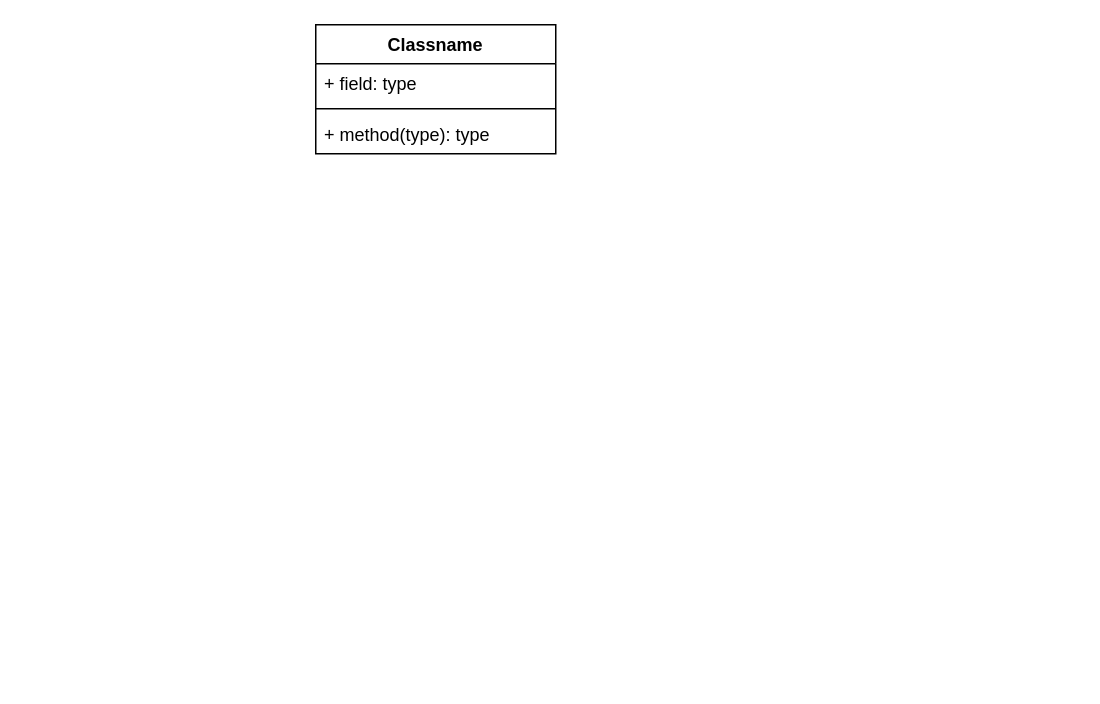
Above: page "OOP" (1 of 2) of Untitled Diagram.drawio in nujcharee/python (draw.io), before the change. Source tidied: cells renumbered, new cells numbered last; positions are measured from the earlier drawing's top-left corner, leaving out a move shared by most shapes. Both pictures are drawn from the tidied source at 150%, with x=0, y=0 at pixel (315, 24).
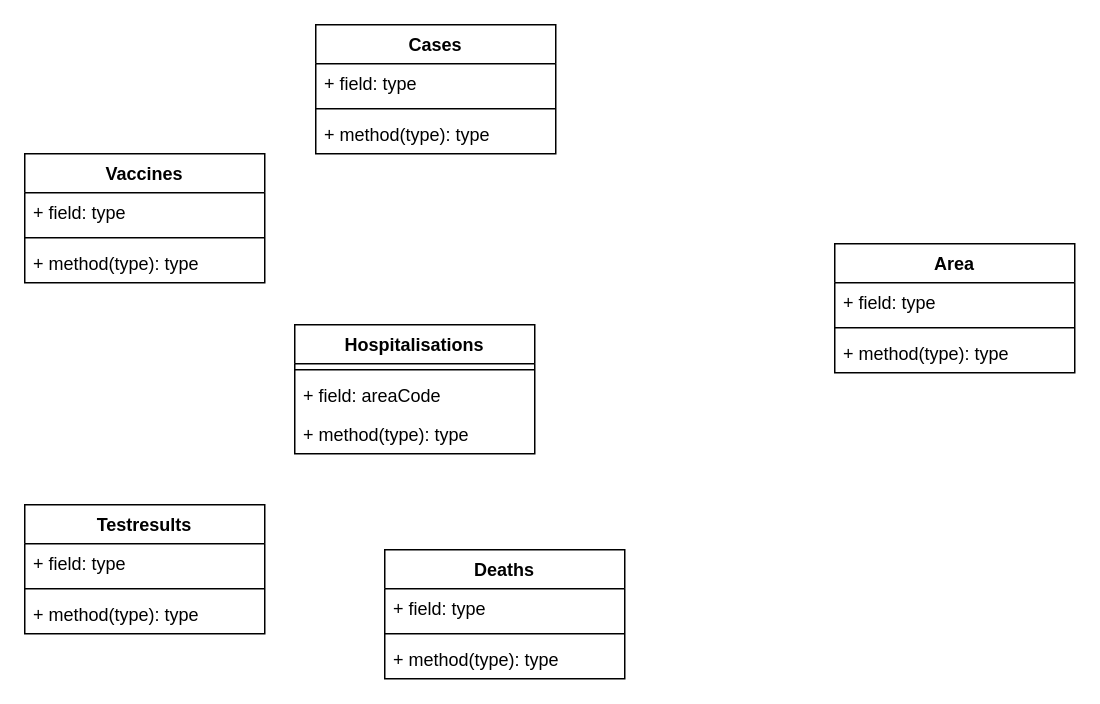
Above is the later version.

The edit, as a diff of the source:
```diff
@@
-    <mxCell id="2" value="Classname" style="swimlane;fontStyle=1;align=center;verticalAlign=top;horizontal=1;startSize=26;" parent="1" vertex="1">
+    <mxCell id="2" value="Cases" style="swimlane;fontStyle=1;align=center;verticalAlign=top;horizontal=1;startSize=26;" parent="1" vertex="1">
       <mxGeometry width="160" height="86" as="geometry" />
     </mxCell>
@@
+    <mxCell id="6" value="Deaths" style="swimlane;fontStyle=1;align=center;verticalAlign=top;horizontal=1;startSize=26;" parent="1" vertex="1">
+      <mxGeometry x="46" y="350" width="160" height="86" as="geometry" />
+    </mxCell>
+    <mxCell id="7" value="+ field: type" style="text;strokeColor=none;fillColor=none;align=left;verticalAlign=top;spacingLeft=4;spacingRight=4;overflow=hidden;" parent="6" vertex="1">
+      <mxGeometry y="26" width="160" height="26" as="geometry" />
+    </mxCell>
+    <mxCell id="8" style="line;strokeWidth=1;fillColor=none;align=left;verticalAlign=middle;spacingTop=-1;spacingLeft=3;spacingRight=3;labelPosition=right;" parent="6" vertex="1">
+      <mxGeometry y="52" width="160" height="8" as="geometry" />
+    </mxCell>
+    <mxCell id="9" value="+ method(type): type" style="text;strokeColor=none;fillColor=none;align=left;verticalAlign=top;spacingLeft=4;spacingRight=4;overflow=hidden;" parent="6" vertex="1">
+      <mxGeometry y="60" width="160" height="26" as="geometry" />
+    </mxCell>
+    <mxCell id="10" value="Hospitalisations" style="swimlane;fontStyle=1;align=center;verticalAlign=top;horizontal=1;startSize=26;" parent="1" vertex="1">
+      <mxGeometry x="-14" y="200" width="160" height="86" as="geometry" />
+    </mxCell>
+    <mxCell id="11" style="line;strokeWidth=1;fillColor=none;align=left;verticalAlign=middle;spacingTop=-1;spacingLeft=3;spacingRight=3;labelPosition=right;" parent="10" vertex="1">
+      <mxGeometry y="26" width="160" height="8" as="geometry" />
+    </mxCell>
+    <mxCell id="12" value="+ field: areaCode&#10;" style="text;strokeColor=none;fillColor=none;align=left;verticalAlign=top;spacingLeft=4;spacingRight=4;overflow=hidden;" parent="10" vertex="1">
+      <mxGeometry y="34" width="160" height="26" as="geometry" />
+    </mxCell>
+    <mxCell id="13" value="+ method(type): type" style="text;strokeColor=none;fillColor=none;align=left;verticalAlign=top;spacingLeft=4;spacingRight=4;overflow=hidden;" parent="10" vertex="1">
+      <mxGeometry y="60" width="160" height="26" as="geometry" />
+    </mxCell>
+    <mxCell id="14" value="Vaccines" style="swimlane;fontStyle=1;align=center;verticalAlign=top;horizontal=1;startSize=26;" parent="1" vertex="1">
+      <mxGeometry x="-194" y="86" width="160" height="86" as="geometry" />
+    </mxCell>
+    <mxCell id="15" value="+ field: type" style="text;strokeColor=none;fillColor=none;align=left;verticalAlign=top;spacingLeft=4;spacingRight=4;overflow=hidden;" parent="14" vertex="1">
+      <mxGeometry y="26" width="160" height="26" as="geometry" />
+    </mxCell>
+    <mxCell id="16" style="line;strokeWidth=1;fillColor=none;align=left;verticalAlign=middle;spacingTop=-1;spacingLeft=3;spacingRight=3;labelPosition=right;" parent="14" vertex="1">
+      <mxGeometry y="52" width="160" height="8" as="geometry" />
+    </mxCell>
+    <mxCell id="17" value="+ method(type): type" style="text;strokeColor=none;fillColor=none;align=left;verticalAlign=top;spacingLeft=4;spacingRight=4;overflow=hidden;" parent="14" vertex="1">
+      <mxGeometry y="60" width="160" height="26" as="geometry" />
+    </mxCell>
+    <mxCell id="18" value="Testresults" style="swimlane;fontStyle=1;align=center;verticalAlign=top;horizontal=1;startSize=26;" parent="1" vertex="1">
+      <mxGeometry x="-194" y="320" width="160" height="86" as="geometry" />
+    </mxCell>
+    <mxCell id="19" value="+ field: type" style="text;strokeColor=none;fillColor=none;align=left;verticalAlign=top;spacingLeft=4;spacingRight=4;overflow=hidden;" parent="18" vertex="1">
+      <mxGeometry y="26" width="160" height="26" as="geometry" />
+    </mxCell>
+    <mxCell id="20" style="line;strokeWidth=1;fillColor=none;align=left;verticalAlign=middle;spacingTop=-1;spacingLeft=3;spacingRight=3;labelPosition=right;" parent="18" vertex="1">
+      <mxGeometry y="52" width="160" height="8" as="geometry" />
+    </mxCell>
+    <mxCell id="21" value="+ method(type): type" style="text;strokeColor=none;fillColor=none;align=left;verticalAlign=top;spacingLeft=4;spacingRight=4;overflow=hidden;" parent="18" vertex="1">
+      <mxGeometry y="60" width="160" height="26" as="geometry" />
+    </mxCell>
+    <mxCell id="22" value="Area&#10;" style="swimlane;fontStyle=1;align=center;verticalAlign=top;horizontal=1;startSize=26;" parent="1" vertex="1">
+      <mxGeometry x="346" y="146" width="160" height="86" as="geometry" />
+    </mxCell>
+    <mxCell id="23" value="+ field: type" style="text;strokeColor=none;fillColor=none;align=left;verticalAlign=top;spacingLeft=4;spacingRight=4;overflow=hidden;" parent="22" vertex="1">
+      <mxGeometry y="26" width="160" height="26" as="geometry" />
+    </mxCell>
+    <mxCell id="24" style="line;strokeWidth=1;fillColor=none;align=left;verticalAlign=middle;spacingTop=-1;spacingLeft=3;spacingRight=3;labelPosition=right;" parent="22" vertex="1">
+      <mxGeometry y="52" width="160" height="8" as="geometry" />
+    </mxCell>
+    <mxCell id="25" value="+ method(type): type" style="text;strokeColor=none;fillColor=none;align=left;verticalAlign=top;spacingLeft=4;spacingRight=4;overflow=hidden;" parent="22" vertex="1">
+      <mxGeometry y="60" width="160" height="26" as="geometry" />
+    </mxCell>
```
